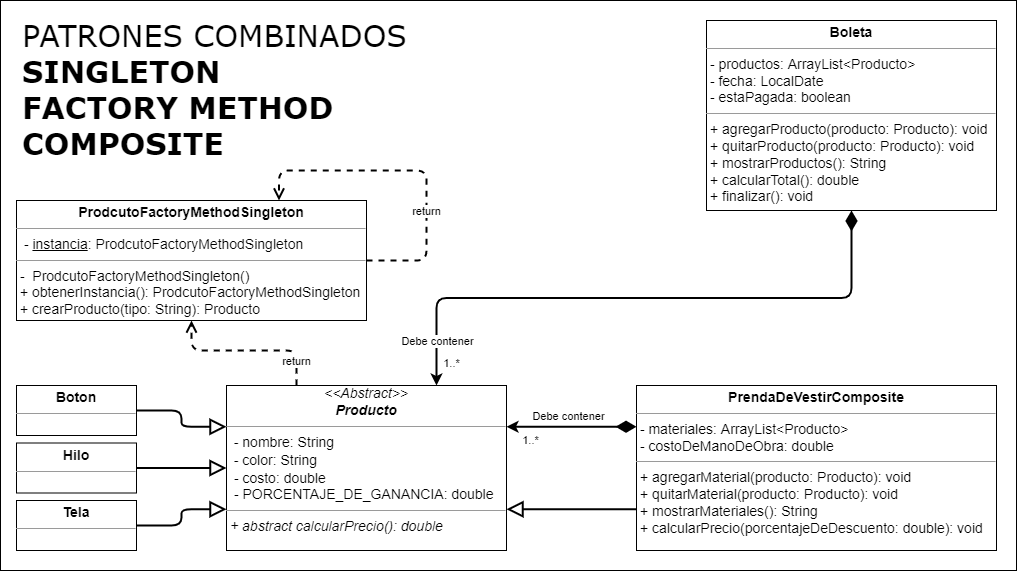
The draw.io diagram src/clase_21_adaptada/actividad_en_vivo/Diagrama - Boleta.png in serinformatico/POO-10-2022, before a commit. Source tidied: cells renumbered, new cells last; positions are measured from the earlier drawing's top-left corner, leaving out a move shared by most shapes.
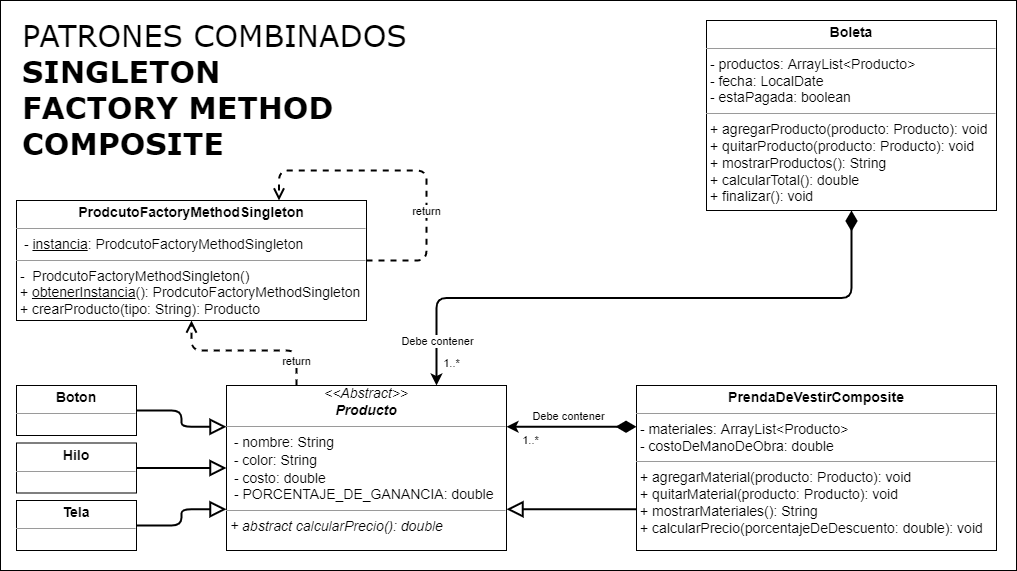
After the change.

The edit, as a diff of the source:
```diff
@@ -61,7 +61,7 @@
     <mxCell id="18" style="endArrow=block;endFill=0;endSize=12;html=1;entryX=0;entryY=0.25;entryDx=0;entryDy=0;exitX=1;exitY=0.5;exitDx=0;exitDy=0;strokeWidth=2;edgeStyle=orthogonalEdgeStyle;rounded=1;" parent="1" edge="1" source="17" target="5">
       <mxGeometry relative="1" as="geometry" />
     </mxCell>
-    <mxCell id="19" value="&lt;p style=&quot;margin: 4px 0px 0px; text-align: center;&quot;&gt;&lt;font style=&quot;&quot;&gt;&lt;span style=&quot;font-size: 14px;&quot;&gt;&lt;b&gt;ProdcutoFactoryMethodSingleton&lt;/b&gt;&lt;/span&gt;&lt;br&gt;&lt;/font&gt;&lt;/p&gt;&lt;hr style=&quot;font-size: 14px;&quot; size=&quot;1&quot;&gt;&lt;p style=&quot;margin: 0px 0px 0px 4px; font-size: 14px;&quot;&gt;&lt;/p&gt;&lt;p style=&quot;margin: 0px 0px 0px 4px; font-size: 14px;&quot;&gt;&amp;nbsp;- &lt;u&gt;instancia&lt;/u&gt;: ProdcutoFactoryMethodSingleton&lt;/p&gt;&lt;hr style=&quot;font-size: 14px;&quot; size=&quot;1&quot;&gt;&lt;div style=&quot;text-align: center;&quot;&gt;&lt;/div&gt;&lt;p style=&quot;margin: 0px 0px 0px 4px; font-size: 14px;&quot;&gt;&lt;/p&gt;&lt;p style=&quot;margin: 0px 0px 0px 4px; font-size: 14px;&quot;&gt;&lt;/p&gt;&lt;p style=&quot;margin: 0px 0px 0px 4px; font-size: 14px;&quot;&gt;&lt;/p&gt;&lt;p style=&quot;margin: 0px 0px 0px 4px; font-size: 14px;&quot;&gt;&lt;/p&gt;&lt;span style=&quot;font-size: 14px;&quot;&gt;&amp;nbsp;-&amp;nbsp; ProdcutoFactoryMethodSingleton()&lt;br&gt;&lt;/span&gt;&lt;span style=&quot;background-color: initial;&quot;&gt;&lt;span style=&quot;font-size: 14px;&quot;&gt;&amp;nbsp;+ obtenerInstancia():&amp;nbsp;&lt;/span&gt;&lt;/span&gt;&lt;span style=&quot;font-size: 14px;&quot;&gt;ProdcutoFactoryMethodSingleton&lt;br&gt;&lt;/span&gt;&lt;span style=&quot;background-color: initial;&quot;&gt;&lt;span style=&quot;font-size: 14px;&quot;&gt;&amp;nbsp;+ crearProducto(tipo: String):&amp;nbsp;&lt;/span&gt;&lt;/span&gt;&lt;span style=&quot;font-size: 14px;&quot;&gt;Producto&lt;/span&gt;&lt;span style=&quot;font-size: 14px;&quot;&gt;&lt;br&gt;&lt;/span&gt;&lt;span style=&quot;font-size: 14px;&quot;&gt;&lt;br&gt;&lt;/span&gt;&lt;p style=&quot;margin:0px;margin-left:4px;&quot;&gt;&lt;/p&gt;" style="verticalAlign=top;align=left;overflow=fill;fontSize=12;fontFamily=Helvetica;html=1;fontColor=#000000;" parent="1" vertex="1">
+    <mxCell id="19" value="&lt;p style=&quot;margin: 4px 0px 0px; text-align: center;&quot;&gt;&lt;font style=&quot;&quot;&gt;&lt;span style=&quot;font-size: 14px;&quot;&gt;&lt;b&gt;ProdcutoFactoryMethodSingleton&lt;/b&gt;&lt;/span&gt;&lt;br&gt;&lt;/font&gt;&lt;/p&gt;&lt;hr style=&quot;font-size: 14px;&quot; size=&quot;1&quot;&gt;&lt;p style=&quot;margin: 0px 0px 0px 4px; font-size: 14px;&quot;&gt;&lt;/p&gt;&lt;p style=&quot;margin: 0px 0px 0px 4px; font-size: 14px;&quot;&gt;&amp;nbsp;- &lt;u&gt;instancia&lt;/u&gt;: ProdcutoFactoryMethodSingleton&lt;/p&gt;&lt;hr style=&quot;font-size: 14px;&quot; size=&quot;1&quot;&gt;&lt;div style=&quot;text-align: center;&quot;&gt;&lt;/div&gt;&lt;p style=&quot;margin: 0px 0px 0px 4px; font-size: 14px;&quot;&gt;&lt;/p&gt;&lt;p style=&quot;margin: 0px 0px 0px 4px; font-size: 14px;&quot;&gt;&lt;/p&gt;&lt;p style=&quot;margin: 0px 0px 0px 4px; font-size: 14px;&quot;&gt;&lt;/p&gt;&lt;p style=&quot;margin: 0px 0px 0px 4px; font-size: 14px;&quot;&gt;&lt;/p&gt;&lt;span style=&quot;font-size: 14px;&quot;&gt;&amp;nbsp;-&amp;nbsp; ProdcutoFactoryMethodSingleton()&lt;br&gt;&lt;/span&gt;&lt;span style=&quot;background-color: initial;&quot;&gt;&lt;span style=&quot;font-size: 14px;&quot;&gt;&amp;nbsp;+ &lt;u&gt;obtenerInstancia&lt;/u&gt;():&amp;nbsp;&lt;/span&gt;&lt;/span&gt;&lt;span style=&quot;font-size: 14px;&quot;&gt;ProdcutoFactoryMethodSingleton&lt;br&gt;&lt;/span&gt;&lt;span style=&quot;background-color: initial;&quot;&gt;&lt;span style=&quot;font-size: 14px;&quot;&gt;&amp;nbsp;+ crearProducto(tipo: String):&amp;nbsp;&lt;/span&gt;&lt;/span&gt;&lt;span style=&quot;font-size: 14px;&quot;&gt;Producto&lt;/span&gt;&lt;span style=&quot;font-size: 14px;&quot;&gt;&lt;br&gt;&lt;/span&gt;&lt;span style=&quot;font-size: 14px;&quot;&gt;&lt;br&gt;&lt;/span&gt;&lt;p style=&quot;margin:0px;margin-left:4px;&quot;&gt;&lt;/p&gt;" style="verticalAlign=top;align=left;overflow=fill;fontSize=12;fontFamily=Helvetica;html=1;fontColor=#000000;" parent="1" vertex="1">
       <mxGeometry x="16" y="200" width="350" height="120" as="geometry" />
     </mxCell>
     <mxCell id="20" value="return" style="html=1;verticalAlign=bottom;endArrow=open;dashed=1;endSize=8;rounded=1;strokeWidth=2;exitX=0.25;exitY=0;exitDx=0;exitDy=0;entryX=0.5;entryY=1;entryDx=0;entryDy=0;edgeStyle=orthogonalEdgeStyle;" parent="1" edge="1" source="5" target="19">
```
